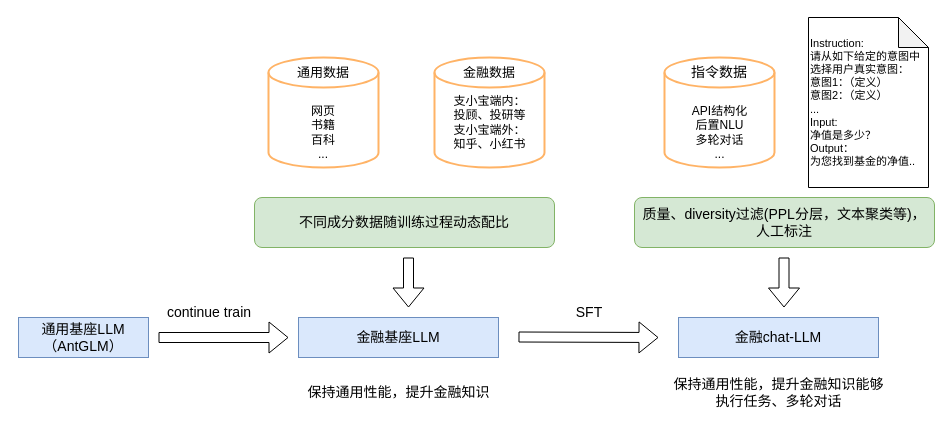
The draw.io diagram financial_central_LLM.drawio in ZhangHammer/ZhangHammer, before the edit. Source tidied: cells renumbered, new cells numbered last; positions are measured from the earlier drawing's top-left corner, leaving out a move shared by most shapes. Both pictures are drawn from the tidied source at 100%, with x=0, y=0 at pixel (18, 17).
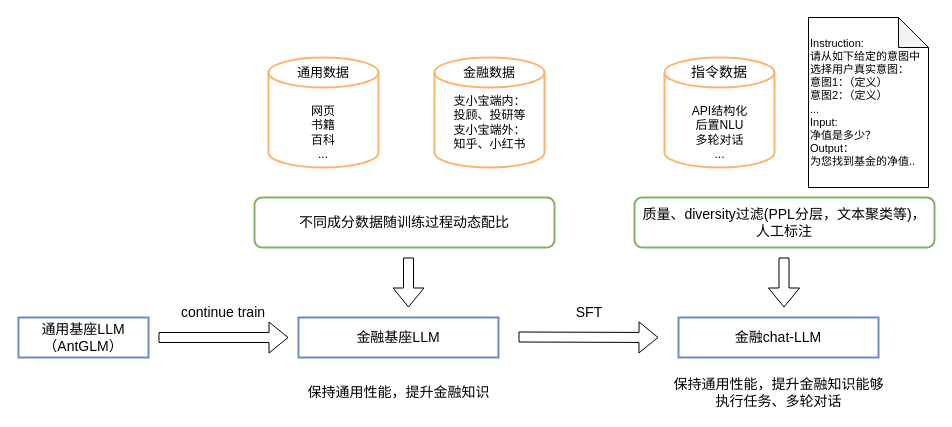
The same diagram, later.

Diff of the diagram source:
```diff
@@
-    <mxCell id="8" value="不同成分数据随训练过程动态配比" style="rounded=1;whiteSpace=wrap;html=1;fontSize=14;fillColor=#d5e8d4;strokeColor=#82b366;" parent="1" vertex="1">
+    <mxCell id="8" value="不同成分数据随训练过程动态配比" style="rounded=1;whiteSpace=wrap;html=1;fontSize=14;fillColor=none;strokeColor=#82b366;strokeWidth=2;" parent="1" vertex="1">
       <mxGeometry x="236" y="180" width="300" height="50" as="geometry" />
     </mxCell>
-    <mxCell id="9" value="金融基座LLM" style="rounded=0;whiteSpace=wrap;html=1;strokeColor=#6c8ebf;strokeWidth=1;fillColor=#dae8fc;fontSize=14;" parent="1" vertex="1">
+    <mxCell id="9" value="金融基座LLM" style="rounded=0;whiteSpace=wrap;html=1;strokeColor=#6c8ebf;strokeWidth=2;fillColor=none;fontSize=14;" parent="1" vertex="1">
       <mxGeometry x="280" y="300" width="200" height="40" as="geometry" />
     </mxCell>
-    <mxCell id="10" value="通用基座LLM&lt;br style=&quot;font-size: 14px;&quot;&gt;（AntGLM）" style="rounded=0;whiteSpace=wrap;html=1;fillColor=#dae8fc;strokeColor=#6c8ebf;fontSize=14;" parent="1" vertex="1">
+    <mxCell id="10" value="通用基座LLM&lt;br style=&quot;font-size: 14px;&quot;&gt;（AntGLM）" style="rounded=0;whiteSpace=wrap;html=1;fillColor=none;strokeColor=#6c8ebf;fontSize=14;strokeWidth=2;" parent="1" vertex="1">
       <mxGeometry y="300" width="130" height="40" as="geometry" />
     </mxCell>
@@
-    <mxCell id="16" value="质量、diversity过滤(PPL分层，文本聚类等)，&lt;br&gt;人工标注" style="rounded=1;whiteSpace=wrap;html=1;fontSize=14;fillColor=#d5e8d4;strokeColor=#82b366;" parent="1" vertex="1">
+    <mxCell id="16" value="质量、diversity过滤(PPL分层，文本聚类等)，&lt;br&gt;人工标注" style="rounded=1;whiteSpace=wrap;html=1;fontSize=14;fillColor=none;strokeColor=#82b366;strokeWidth=2;" parent="1" vertex="1">
       <mxGeometry x="616" y="180" width="300" height="50" as="geometry" />
     </mxCell>
-    <mxCell id="17" value="金融chat-LLM" style="rounded=0;whiteSpace=wrap;html=1;fillColor=#dae8fc;strokeColor=#6c8ebf;fontSize=14;" parent="1" vertex="1">
+    <mxCell id="17" value="金融chat-LLM" style="rounded=0;whiteSpace=wrap;html=1;fillColor=none;strokeColor=#6c8ebf;fontSize=14;strokeWidth=2;" parent="1" vertex="1">
       <mxGeometry x="660" y="300" width="200" height="40" as="geometry" />
     </mxCell>
@@
     <mxCell id="21" value="&lt;font style=&quot;font-size: 14px;&quot;&gt;continue train&lt;/font&gt;" style="text;html=1;strokeColor=none;fillColor=none;align=center;verticalAlign=middle;whiteSpace=wrap;rounded=0;" parent="1" vertex="1">
-      <mxGeometry x="146" y="280" width="90" height="30" as="geometry" />
+      <mxGeometry x="160" y="280" width="90" height="30" as="geometry" />
     </mxCell>
```
